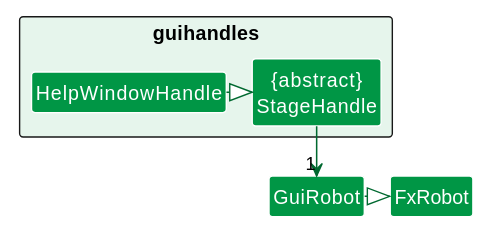
Above: docs/images/StageHandleClassDiagram.svg in nus-cs2103-AY2223S2/tp (PlantUML), before the change.
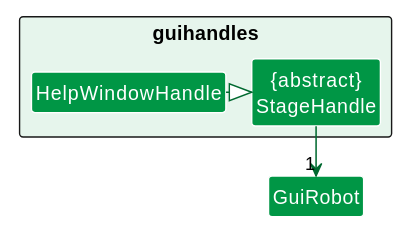
After the change.

Commit message:
Reformat class diagram

Change to the diagram source:
```diff
@@ -11,5 +11,4 @@
 }
 HelpWindowHandle .|> StageHandle
 StageHandle -down->"1" GuiRobot
-GuiRobot .|> FxRobot
 @enduml
```
